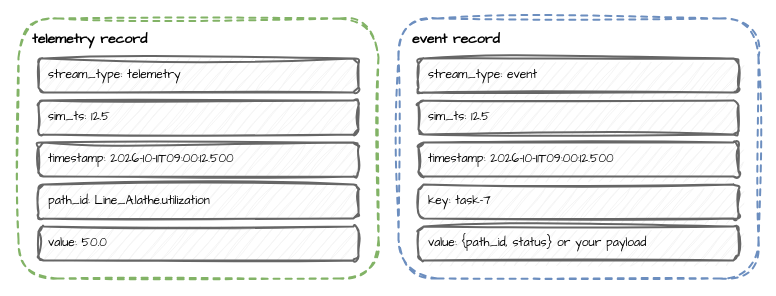
Earlier version of the draw.io diagram docs/assets/diagrams/record-shapes.drawio (jaehyeon-kim/desflow). Source tidied: cells renumbered, new cells numbered last; positions are measured from the earlier drawing's top-left corner, leaving out a move shared by most shapes. Both pictures are drawn from the tidied source at 100%, with x=0, y=0 at pixel (18, 18).
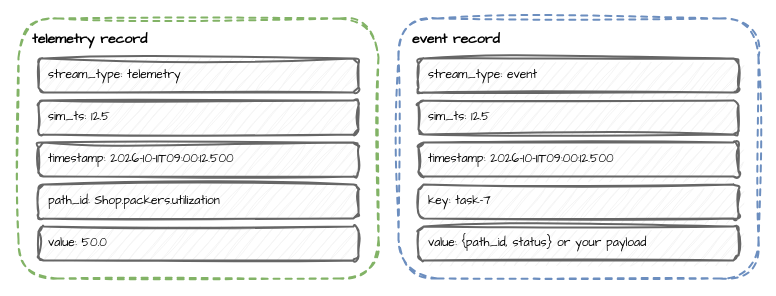
The same page after the edit.

What changed in the source:
```diff
@@
 <mxGraphModel>
   <root>
     <mxCell id="0" />
     <mxCell id="1" parent="0" />
     <mxCell id="2" value="event record" style="rounded=1;whiteSpace=wrap;html=1;sketch=1;curveFitting=1;jiggle=2;fontFamily=Comic Sans MS;fontSize=14;fillColor=none;strokeColor=#6c8ebf;strokeWidth=2;dashed=1;verticalAlign=top;align=left;spacingLeft=12;spacingTop=6;fontStyle=1;" parent="1" vertex="1">
       <mxGeometry x="380" width="360" height="260" as="geometry" />
     </mxCell>
     <mxCell id="3" value="telemetry record" style="rounded=1;whiteSpace=wrap;html=1;sketch=1;curveFitting=1;jiggle=2;fontFamily=Comic Sans MS;fontSize=14;fillColor=none;strokeColor=#82b366;strokeWidth=2;dashed=1;verticalAlign=top;align=left;spacingLeft=12;spacingTop=6;fontStyle=1;" parent="1" vertex="1">
       <mxGeometry width="360" height="260" as="geometry" />
     </mxCell>
     <mxCell id="4" value="stream_type: telemetry" style="rounded=1;whiteSpace=wrap;html=1;sketch=1;curveFitting=1;jiggle=2;fontFamily=Comic Sans MS;fontSize=14;fillColor=#f5f5f5;strokeColor=#666666;strokeWidth=2;align=left;spacingLeft=8;fontSize=12;" parent="1" vertex="1">
       <mxGeometry x="20" y="40" width="320" height="34" as="geometry" />
     </mxCell>
     <mxCell id="5" value="sim_ts: 12.5" style="rounded=1;whiteSpace=wrap;html=1;sketch=1;curveFitting=1;jiggle=2;fontFamily=Comic Sans MS;fontSize=14;fillColor=#f5f5f5;strokeColor=#666666;strokeWidth=2;align=left;spacingLeft=8;fontSize=12;" parent="1" vertex="1">
       <mxGeometry x="20" y="82" width="320" height="34" as="geometry" />
     </mxCell>
     <mxCell id="6" value="timestamp: 2026-10-11T09:00:12.500" style="rounded=1;whiteSpace=wrap;html=1;sketch=1;curveFitting=1;jiggle=2;fontFamily=Comic Sans MS;fontSize=14;fillColor=#f5f5f5;strokeColor=#666666;strokeWidth=2;align=left;spacingLeft=8;fontSize=12;" parent="1" vertex="1">
       <mxGeometry x="20" y="124" width="320" height="34" as="geometry" />
     </mxCell>
-    <mxCell id="7" value="path_id: Line_A.lathe.utilization" style="rounded=1;whiteSpace=wrap;html=1;sketch=1;curveFitting=1;jiggle=2;fontFamily=Comic Sans MS;fontSize=14;fillColor=#f5f5f5;strokeColor=#666666;strokeWidth=2;align=left;spacingLeft=8;fontSize=12;" parent="1" vertex="1">
+    <mxCell id="7" value="path_id: Shop.packers.utilization" style="rounded=1;whiteSpace=wrap;html=1;sketch=1;curveFitting=1;jiggle=2;fontFamily=Comic Sans MS;fontSize=14;fillColor=#f5f5f5;strokeColor=#666666;strokeWidth=2;align=left;spacingLeft=8;fontSize=12;" parent="1" vertex="1">
       <mxGeometry x="20" y="166" width="320" height="34" as="geometry" />
     </mxCell>
     <mxCell id="8" value="value: 50.0" style="rounded=1;whiteSpace=wrap;html=1;sketch=1;curveFitting=1;jiggle=2;fontFamily=Comic Sans MS;fontSize=14;fillColor=#f5f5f5;strokeColor=#666666;strokeWidth=2;align=left;spacingLeft=8;fontSize=12;" parent="1" vertex="1">
       <mxGeometry x="20" y="208" width="320" height="34" as="geometry" />
     </mxCell>
     <mxCell id="9" value="stream_type: event" style="rounded=1;whiteSpace=wrap;html=1;sketch=1;curveFitting=1;jiggle=2;fontFamily=Comic Sans MS;fontSize=14;fillColor=#f5f5f5;strokeColor=#666666;strokeWidth=2;align=left;spacingLeft=8;fontSize=12;" parent="1" vertex="1">
       <mxGeometry x="400" y="40" width="320" height="34" as="geometry" />
     </mxCell>
     <mxCell id="10" value="sim_ts: 12.5" style="rounded=1;whiteSpace=wrap;html=1;sketch=1;curveFitting=1;jiggle=2;fontFamily=Comic Sans MS;fontSize=14;fillColor=#f5f5f5;strokeColor=#666666;strokeWidth=2;align=left;spacingLeft=8;fontSize=12;" parent="1" vertex="1">
       <mxGeometry x="400" y="82" width="320" height="34" as="geometry" />
     </mxCell>
     <mxCell id="11" value="timestamp: 2026-10-11T09:00:12.500" style="rounded=1;whiteSpace=wrap;html=1;sketch=1;curveFitting=1;jiggle=2;fontFamily=Comic Sans MS;fontSize=14;fillColor=#f5f5f5;strokeColor=#666666;strokeWidth=2;align=left;spacingLeft=8;fontSize=12;" parent="1" vertex="1">
       <mxGeometry x="400" y="124" width="320" height="34" as="geometry" />
     </mxCell>
     <mxCell id="12" value="key: task-7" style="rounded=1;whiteSpace=wrap;html=1;sketch=1;curveFitting=1;jiggle=2;fontFamily=Comic Sans MS;fontSize=14;fillColor=#f5f5f5;strokeColor=#666666;strokeWidth=2;align=left;spacingLeft=8;fontSize=12;" parent="1" vertex="1">
       <mxGeometry x="400" y="166" width="320" height="34" as="geometry" />
     </mxCell>
     <mxCell id="13" value="value: {path_id, status} or your payload" style="rounded=1;whiteSpace=wrap;html=1;sketch=1;curveFitting=1;jiggle=2;fontFamily=Comic Sans MS;fontSize=14;fillColor=#f5f5f5;strokeColor=#666666;strokeWidth=2;align=left;spacingLeft=8;fontSize=12;" parent="1" vertex="1">
       <mxGeometry x="400" y="208" width="320" height="34" as="geometry" />
     </mxCell>
   </root>
 </mxGraphModel>
```
